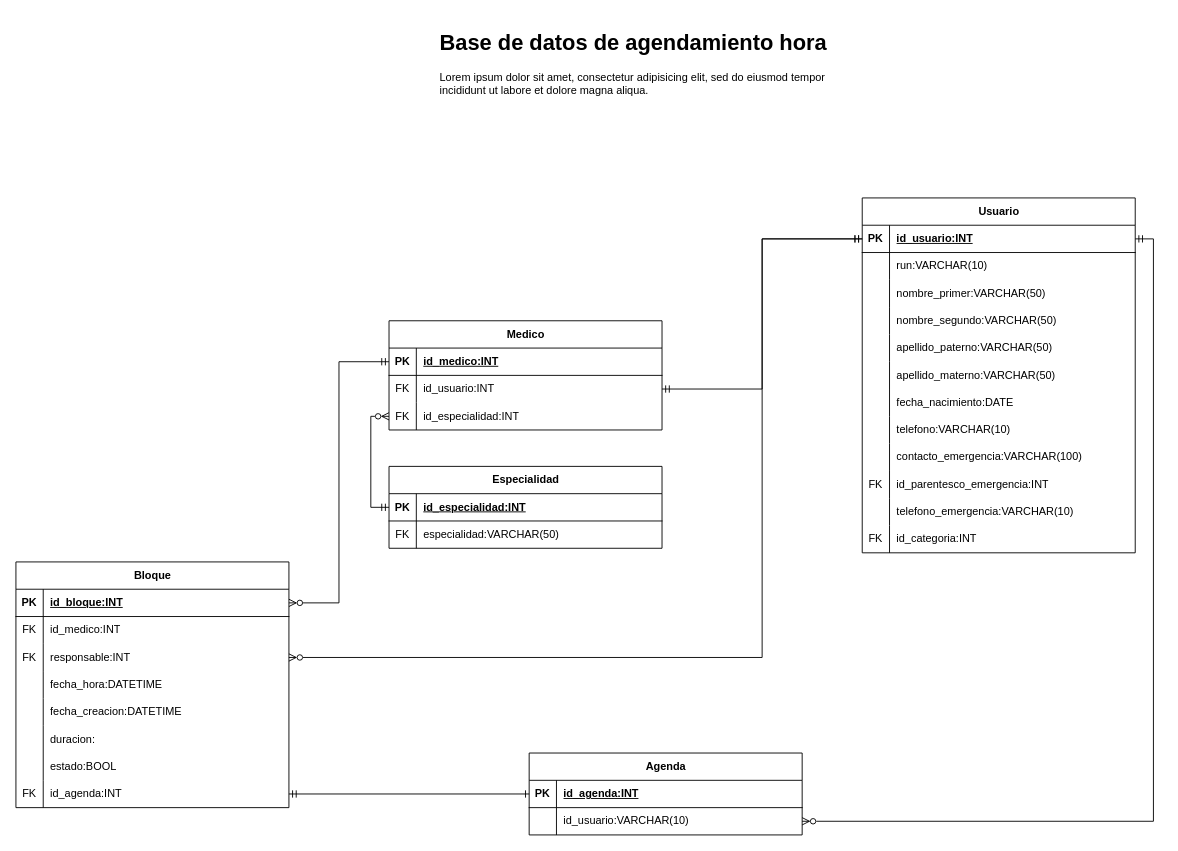
Earlier version of the draw.io diagram DiagramaDB.drawio (JonaNomas/his-diagram). Source tidied: cells renumbered, new cells numbered last; positions are measured from the earlier drawing's top-left corner, leaving out a move shared by most shapes. Both pictures are drawn from the tidied source at 91%, with x=0, y=0 at pixel (15, 25).
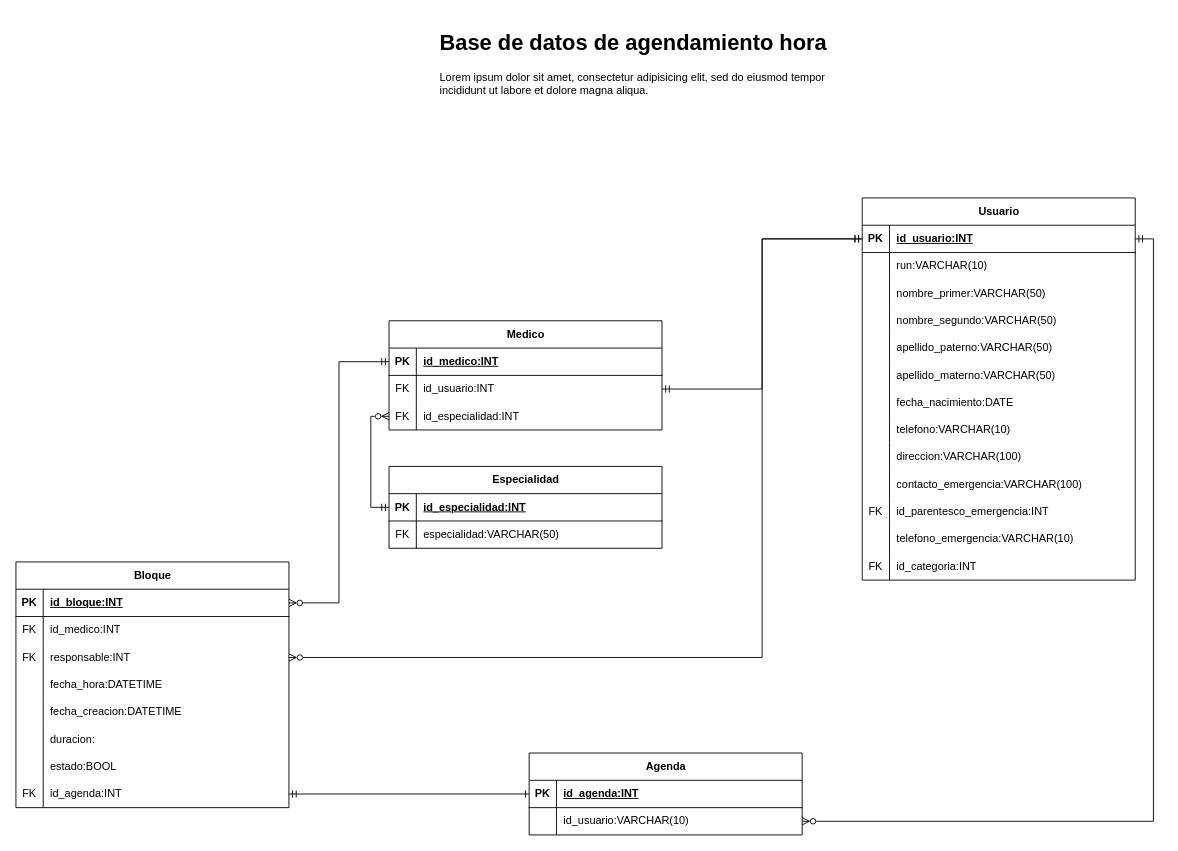
The same diagram, later.

Commit message:
Actualizacion de tabla usuarios (direccion)

Change to the diagram source:
```diff
@@
     <mxCell id="2" value="Usuario" style="shape=table;startSize=30;childLayout=tableLayout;rowLines=0;fontStyle=1;align=center;html=1;" parent="1" vertex="1">
-      <mxGeometry x="930" y="190" width="300" height="390" as="geometry" />
+      <mxGeometry x="930" y="190" width="300" height="420" as="geometry" />
     </mxCell>
@@
+    <mxCell id="95" style="shape=tableRow;horizontal=0;startSize=0;swimlaneHead=0;swimlaneBody=0;fillColor=none;top=0;left=0;right=0;bottom=0;" parent="2" vertex="1">
+      <mxGeometry y="270" width="300" height="30" as="geometry" />
+    </mxCell>
+    <mxCell id="96" style="shape=partialRectangle;fillColor=none;top=0;left=0;bottom=0;right=0;overflow=hidden;whiteSpace=wrap;html=1;" parent="95" vertex="1">
+      <mxGeometry width="30" height="30" as="geometry" />
+    </mxCell>
+    <mxCell id="97" value="direccion:VARCHAR(100)" style="shape=partialRectangle;fillColor=none;top=0;left=0;bottom=0;right=0;align=left;spacingLeft=6;overflow=hidden;whiteSpace=wrap;html=1;" parent="95" vertex="1">
+      <mxGeometry x="30" width="270" height="30" as="geometry" />
+    </mxCell>
     <mxCell id="27" style="shape=tableRow;horizontal=0;startSize=0;swimlaneHead=0;swimlaneBody=0;fillColor=none;top=0;left=0;right=0;bottom=0;" parent="2" vertex="1">
-      <mxGeometry y="270" width="300" height="30" as="geometry" />
+      <mxGeometry y="300" width="300" height="30" as="geometry" />
     </mxCell>
@@
     <mxCell id="30" style="shape=tableRow;horizontal=0;startSize=0;swimlaneHead=0;swimlaneBody=0;fillColor=none;top=0;left=0;right=0;bottom=0;" parent="2" vertex="1">
-      <mxGeometry y="300" width="300" height="30" as="geometry" />
+      <mxGeometry y="330" width="300" height="30" as="geometry" />
     </mxCell>
@@
     <mxCell id="33" style="shape=tableRow;horizontal=0;startSize=0;swimlaneHead=0;swimlaneBody=0;fillColor=none;top=0;left=0;right=0;bottom=0;" parent="2" vertex="1">
-      <mxGeometry y="330" width="300" height="30" as="geometry" />
+      <mxGeometry y="360" width="300" height="30" as="geometry" />
     </mxCell>
@@
     <mxCell id="36" style="shape=tableRow;horizontal=0;startSize=0;swimlaneHead=0;swimlaneBody=0;fillColor=none;top=0;left=0;right=0;bottom=0;" parent="2" vertex="1">
-      <mxGeometry y="360" width="300" height="30" as="geometry" />
+      <mxGeometry y="390" width="300" height="30" as="geometry" />
     </mxCell>
```
